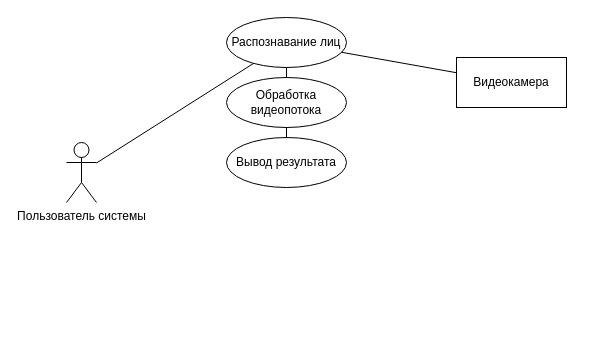
Earlier version of the draw.io diagram page "Use Case Diagram" (1 of 5) of diagrams.drawio (zarinatlupova/config-repo). Source tidied: cells renumbered, new cells numbered last; positions are measured from the earlier drawing's top-left corner, leaving out a move shared by most shapes. Both pictures are drawn from the tidied source at 100%, with x=0, y=0 at pixel (66, 17).
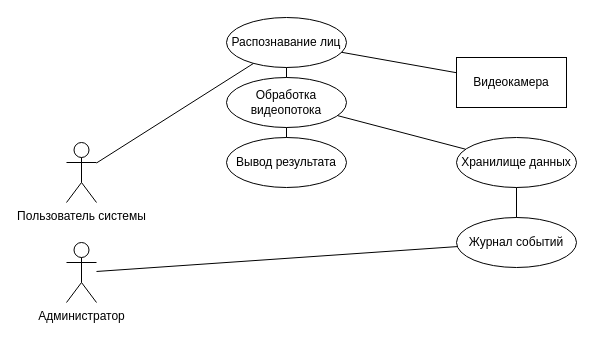
After the change.

What changed in the source:
```diff
@@
 <mxGraphModel>
   <root>
     <mxCell id="0" />
     <mxCell id="1" parent="0" />
     <mxCell id="2" value="Пользователь системы" style="shape=umlActor;verticalLabelPosition=bottom;verticalAlign=top;html=1;" parent="1" vertex="1">
       <mxGeometry y="125" width="30" height="60" as="geometry" />
     </mxCell>
+    <mxCell id="11" value="Администратор" style="shape=umlActor;verticalLabelPosition=bottom;verticalAlign=top;html=1;" parent="1" vertex="1">
+      <mxGeometry y="225" width="30" height="60" as="geometry" />
+    </mxCell>
     <mxCell id="3" value="Видеокамера" style="html=1;whiteSpace=wrap;" parent="1" vertex="1">
       <mxGeometry x="390" y="40" width="110" height="50" as="geometry" />
     </mxCell>
     <mxCell id="4" value="Распознавание лиц" style="ellipse;whiteSpace=wrap;html=1;" parent="1" vertex="1">
       <mxGeometry x="160" width="120" height="50" as="geometry" />
     </mxCell>
     <mxCell id="5" value="Обработка видеопотока" style="ellipse;whiteSpace=wrap;html=1;" parent="1" vertex="1">
       <mxGeometry x="160" y="60" width="120" height="50" as="geometry" />
     </mxCell>
+    <mxCell id="12" value="Хранилище данных" style="ellipse;whiteSpace=wrap;html=1;" parent="1" vertex="1">
+      <mxGeometry x="390" y="120" width="120" height="50" as="geometry" />
+    </mxCell>
     <mxCell id="6" value="Вывод результата" style="ellipse;whiteSpace=wrap;html=1;" parent="1" vertex="1">
       <mxGeometry x="160" y="120" width="120" height="50" as="geometry" />
     </mxCell>
+    <mxCell id="13" value="Журнал событий" style="ellipse;whiteSpace=wrap;html=1;" parent="1" vertex="1">
+      <mxGeometry x="390" y="200" width="120" height="50" as="geometry" />
+    </mxCell>
     <mxCell id="7" style="rounded=0;jettySize=auto;html=1;endArrow=none;endFill=0;" parent="1" edge="1" source="2" target="4">
       <mxGeometry relative="1" as="geometry" />
     </mxCell>
+    <mxCell id="14" style="rounded=0;jettySize=auto;html=1;endArrow=none;endFill=0;" parent="1" edge="1" source="11" target="13">
+      <mxGeometry relative="1" as="geometry" />
+    </mxCell>
     <mxCell id="8" style="rounded=0;jettySize=auto;html=1;endArrow=none;endFill=0;" parent="1" edge="1" source="4" target="5">
       <mxGeometry relative="1" as="geometry" />
     </mxCell>
     <mxCell id="9" style="rounded=0;jettySize=auto;html=1;endArrow=none;endFill=0;" parent="1" edge="1" source="5" target="6">
       <mxGeometry relative="1" as="geometry" />
     </mxCell>
+    <mxCell id="15" style="rounded=0;jettySize=auto;html=1;endArrow=none;endFill=0;" parent="1" edge="1" source="5" target="12">
+      <mxGeometry relative="1" as="geometry" />
+    </mxCell>
     <mxCell id="10" style="rounded=0;jettySize=auto;html=1;endArrow=none;endFill=0;" parent="1" edge="1" source="3" target="4">
       <mxGeometry relative="1" as="geometry" />
     </mxCell>
+    <mxCell id="16" style="rounded=0;jettySize=auto;html=1;endArrow=none;endFill=0;" parent="1" edge="1" source="12" target="13">
+      <mxGeometry relative="1" as="geometry" />
+    </mxCell>
   </root>
 </mxGraphModel>
```
